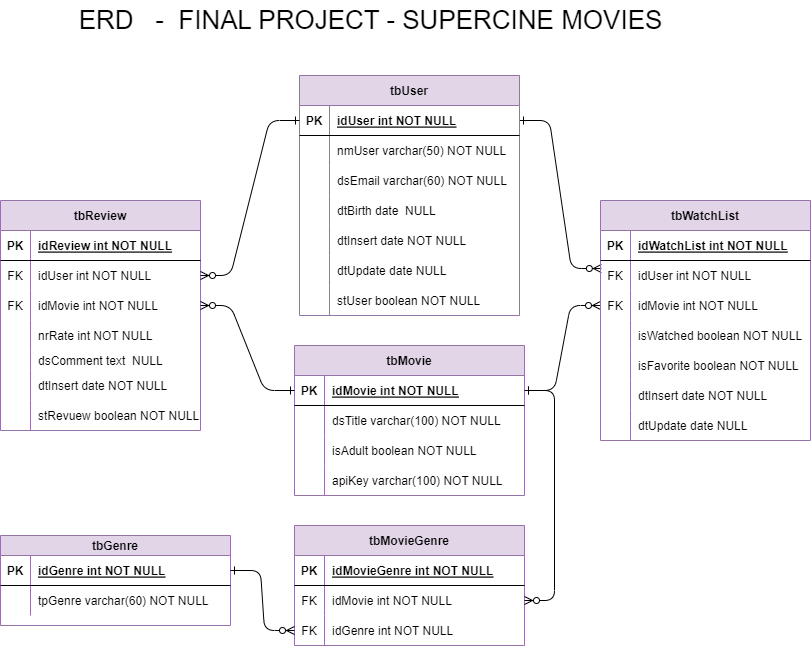
The draw.io diagram backend/database/FinalProject_Supercine_ERDiagram.png in tgbeta/supercine, before a commit. Source tidied: cells renumbered, new cells last; positions are measured from the earlier drawing's top-left corner, leaving out a move shared by most shapes.
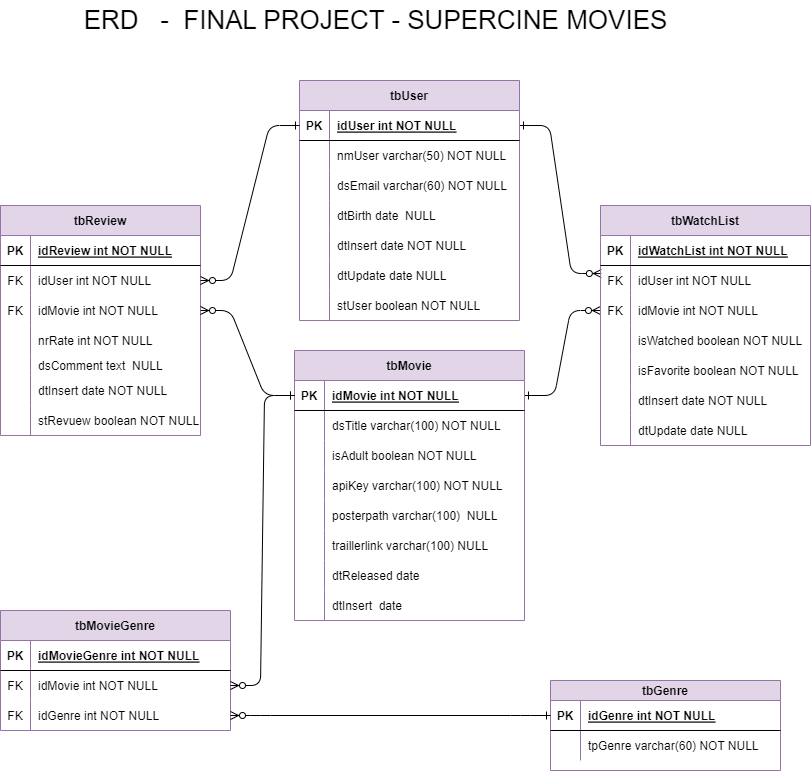
The same file after the commit.

Change to the diagram source:
```diff
@@ -9,7 +9,7 @@
       <mxGeometry relative="1" as="geometry" />
     </mxCell>
     <mxCell id="4" value="tbMovie" style="shape=table;startSize=30;rowLines=0;fontStyle=1;align=center;fillColor=#e1d5e7;strokeColor=#9673a6;" parent="1" vertex="1">
-      <mxGeometry x="294" y="345" width="230" height="150" as="geometry" />
+      <mxGeometry x="294" y="345" width="230" height="270" as="geometry" />
     </mxCell>
     <mxCell id="5" style="shape=partialRectangle;fillColor=none;points=[[0,0.5],[1,0.5]];portConstraint=eastwest;top=0;left=0;right=0;bottom=1;" parent="4" vertex="1">
       <mxGeometry y="30" width="230" height="30" as="geometry" />
@@ -47,6 +47,42 @@
     <mxCell id="16" value="apiKey varchar(100) NOT NULL" style="shape=partialRectangle;overflow=hidden;fillColor=none;top=0;left=0;bottom=0;right=0;align=left;spacingLeft=6;" parent="14" vertex="1">
       <mxGeometry x="30" width="200" height="30" as="geometry" />
     </mxCell>
+    <mxCell id="105" style="shape=partialRectangle;fillColor=none;top=0;left=0;right=0;bottom=0;" parent="4" vertex="1">
+      <mxGeometry y="150" width="230" height="30" as="geometry" />
+    </mxCell>
+    <mxCell id="106" style="shape=partialRectangle;overflow=hidden;fillColor=none;top=0;left=0;bottom=0;right=0;" parent="105" vertex="1">
+      <mxGeometry width="30" height="30" as="geometry" />
+    </mxCell>
+    <mxCell id="107" value="posterpath varchar(100)  NULL" style="shape=partialRectangle;overflow=hidden;fillColor=none;top=0;left=0;bottom=0;right=0;align=left;spacingLeft=6;" parent="105" vertex="1">
+      <mxGeometry x="30" width="200" height="30" as="geometry" />
+    </mxCell>
+    <mxCell id="108" style="shape=partialRectangle;fillColor=none;top=0;left=0;right=0;bottom=0;" parent="4" vertex="1">
+      <mxGeometry y="180" width="230" height="30" as="geometry" />
+    </mxCell>
+    <mxCell id="109" style="shape=partialRectangle;overflow=hidden;fillColor=none;top=0;left=0;bottom=0;right=0;" parent="108" vertex="1">
+      <mxGeometry width="30" height="30" as="geometry" />
+    </mxCell>
+    <mxCell id="110" value="traillerlink varchar(100) NULL" style="shape=partialRectangle;overflow=hidden;fillColor=none;top=0;left=0;bottom=0;right=0;align=left;spacingLeft=6;" parent="108" vertex="1">
+      <mxGeometry x="30" width="200" height="30" as="geometry" />
+    </mxCell>
+    <mxCell id="111" style="shape=partialRectangle;fillColor=none;top=0;left=0;right=0;bottom=0;" parent="4" vertex="1">
+      <mxGeometry y="210" width="230" height="30" as="geometry" />
+    </mxCell>
+    <mxCell id="112" style="shape=partialRectangle;overflow=hidden;fillColor=none;top=0;left=0;bottom=0;right=0;" parent="111" vertex="1">
+      <mxGeometry width="30" height="30" as="geometry" />
+    </mxCell>
+    <mxCell id="113" value="dtReleased date" style="shape=partialRectangle;overflow=hidden;fillColor=none;top=0;left=0;bottom=0;right=0;align=left;spacingLeft=6;" parent="111" vertex="1">
+      <mxGeometry x="30" width="200" height="30" as="geometry" />
+    </mxCell>
+    <mxCell id="114" style="shape=partialRectangle;fillColor=none;top=0;left=0;right=0;bottom=0;" parent="4" vertex="1">
+      <mxGeometry y="240" width="230" height="30" as="geometry" />
+    </mxCell>
+    <mxCell id="115" style="shape=partialRectangle;overflow=hidden;fillColor=none;top=0;left=0;bottom=0;right=0;" parent="114" vertex="1">
+      <mxGeometry width="30" height="30" as="geometry" />
+    </mxCell>
+    <mxCell id="116" value="dtInsert  date" style="shape=partialRectangle;overflow=hidden;fillColor=none;top=0;left=0;bottom=0;right=0;align=left;spacingLeft=6;" parent="114" vertex="1">
+      <mxGeometry x="30" width="200" height="30" as="geometry" />
+    </mxCell>
     <mxCell id="17" value="tbWatchList" style="shape=table;startSize=30;rowLines=0;fontStyle=1;align=center;fillColor=#e1d5e7;strokeColor=#9673a6;" parent="1" vertex="1">
       <mxGeometry x="600" y="200" width="210" height="240" as="geometry" />
     </mxCell>
@@ -180,7 +216,7 @@
       <mxGeometry x="30" width="190" height="30" as="geometry" />
     </mxCell>
     <mxCell id="61" value="ERD&amp;nbsp; &amp;nbsp;-&amp;nbsp; FINAL PROJECT - SUPERCINE MOVIES" style="text;html=1;align=center;verticalAlign=middle;fillColor=none;strokeColor=none;rounded=0;fontSize=26;" parent="1" vertex="1">
-      <mxGeometry x="65" width="610" height="40" as="geometry" />
+      <mxGeometry x="70" y="-5" width="610" height="40" as="geometry" />
     </mxCell>
     <mxCell id="62" value="tbReview" style="shape=table;startSize=30;rowLines=0;fontStyle=1;align=center;fillColor=#e1d5e7;strokeColor=#9673a6;" parent="1" vertex="1">
       <mxGeometry y="200" width="200" height="230" as="geometry" />
@@ -255,7 +291,7 @@
       <mxGeometry relative="1" as="geometry" />
     </mxCell>
     <mxCell id="86" value="tbMovieGenre" style="shape=table;startSize=30;rowLines=0;fontStyle=1;align=center;fillColor=#e1d5e7;strokeColor=#9673a6;" parent="1" vertex="1">
-      <mxGeometry x="294" y="525" width="230" height="120" as="geometry" />
+      <mxGeometry y="605" width="230" height="120" as="geometry" />
     </mxCell>
     <mxCell id="87" style="shape=partialRectangle;fillColor=none;top=0;left=0;right=0;bottom=1;" parent="86" vertex="1">
       <mxGeometry y="30" width="230" height="30" as="geometry" />
@@ -285,7 +321,7 @@
       <mxGeometry x="30" width="200" height="30" as="geometry" />
     </mxCell>
     <mxCell id="96" value="tbGenre" style="shape=table;startSize=20;rowLines=0;fontStyle=1;align=center;fillColor=#e1d5e7;strokeColor=#9673a6;" parent="1" vertex="1">
-      <mxGeometry y="535" width="230" height="90" as="geometry" />
+      <mxGeometry x="550" y="675" width="230" height="90" as="geometry" />
     </mxCell>
     <mxCell id="97" style="shape=partialRectangle;fillColor=none;points=[[0,0.5],[1,0.5]];portConstraint=eastwest;top=0;left=0;right=0;bottom=1;" parent="96" vertex="1">
       <mxGeometry y="20" width="230" height="30" as="geometry" />
```
